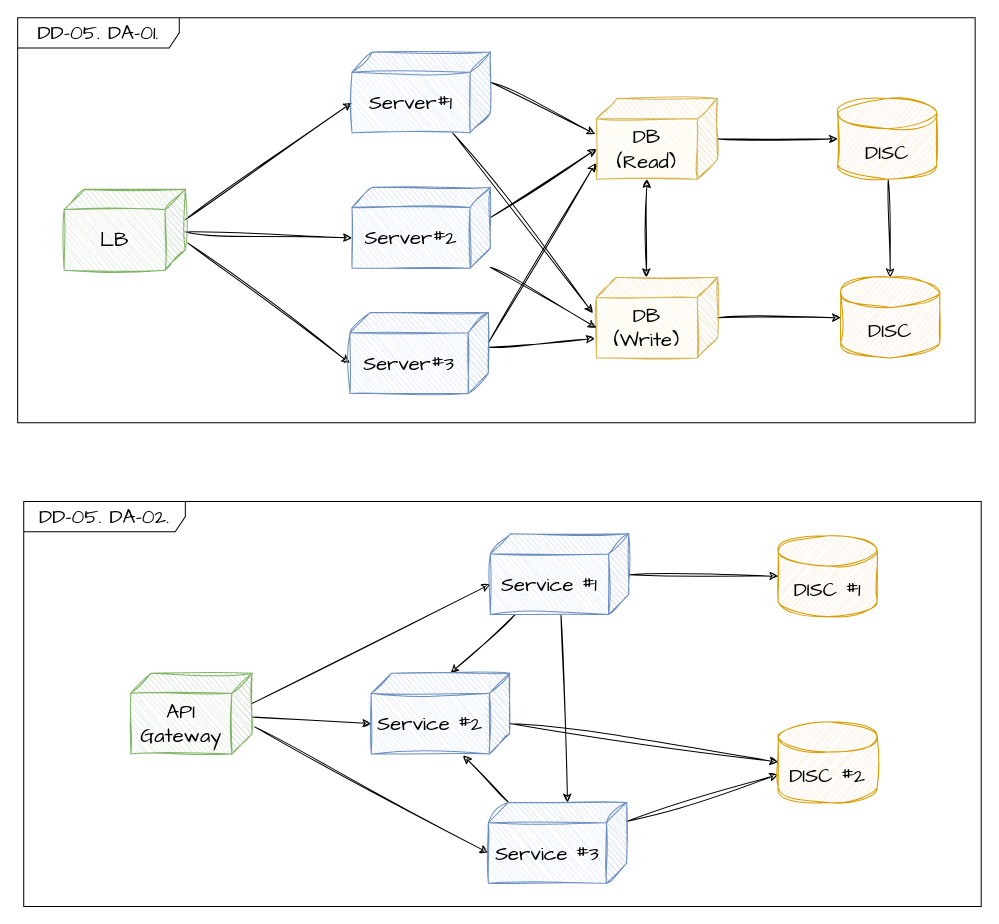
Above: DD/DD-05.drawio in coldmu/aa_exam (draw.io), before the change. Source tidied: cells renumbered, new cells numbered last; positions are measured from the earlier drawing's top-left corner, leaving out a move shared by most shapes. Both pictures are drawn from the tidied source at 101%, with x=0, y=0 at pixel (17, 17).
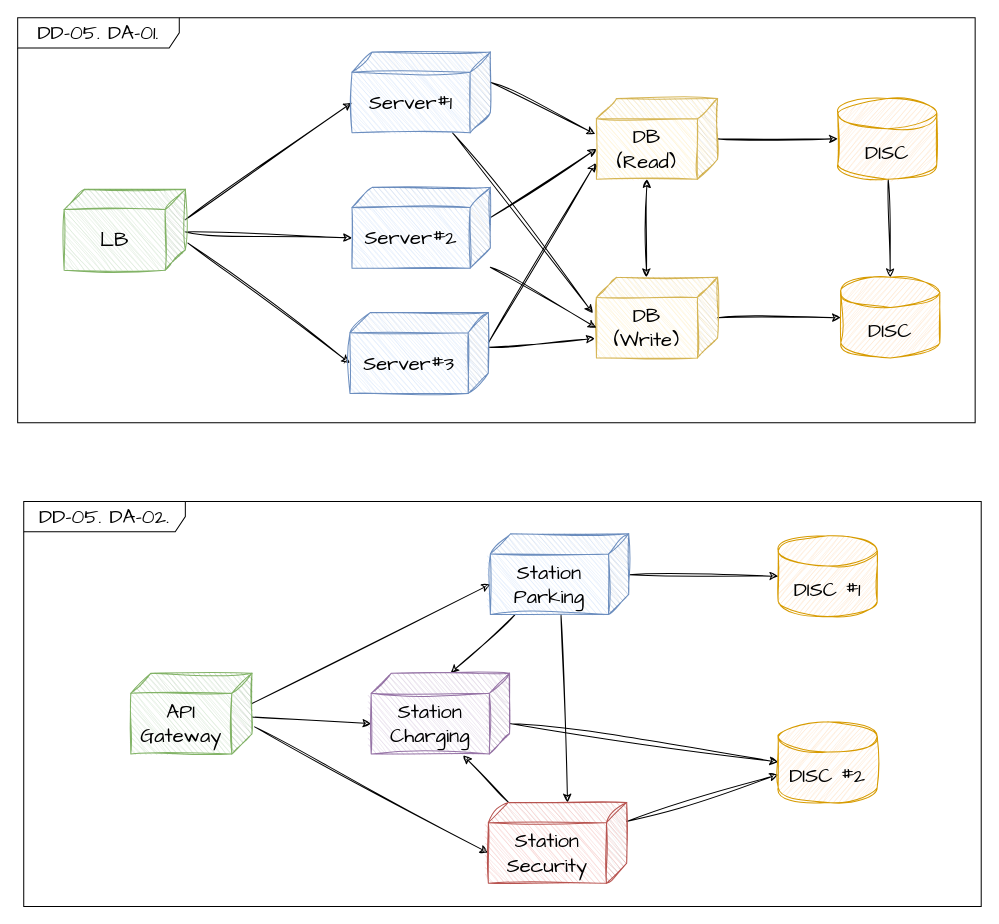
The same diagram, later.

Change to the diagram source:
```diff
@@
-    <mxCell id="33" value="Service #1" style="shape=cube;whiteSpace=wrap;html=1;boundedLbl=1;backgroundOutline=1;darkOpacity=0.05;darkOpacity2=0.1;sketch=1;hachureGap=4;jiggle=2;curveFitting=1;fontFamily=Architects Daughter;fontSize=20;direction=east;flipH=1;fillColor=#dae8fc;strokeColor=#6c8ebf;" parent="1" vertex="1">
+    <mxCell id="33" value="Station&lt;br&gt;Parking" style="shape=cube;whiteSpace=wrap;html=1;boundedLbl=1;backgroundOutline=1;darkOpacity=0.05;darkOpacity2=0.1;sketch=1;hachureGap=4;jiggle=2;curveFitting=1;fontFamily=Architects Daughter;fontSize=20;direction=east;flipH=1;fillColor=#dae8fc;strokeColor=#6c8ebf;" parent="1" vertex="1">
       <mxGeometry x="468" y="511" width="137" height="80" as="geometry" />
     </mxCell>
@@
-    <mxCell id="35" value="Service #2" style="shape=cube;whiteSpace=wrap;html=1;boundedLbl=1;backgroundOutline=1;darkOpacity=0.05;darkOpacity2=0.1;sketch=1;hachureGap=4;jiggle=2;curveFitting=1;fontFamily=Architects Daughter;fontSize=20;direction=east;flipH=1;fillColor=#dae8fc;strokeColor=#6c8ebf;" parent="1" vertex="1">
+    <mxCell id="35" value="Station&lt;br&gt;Charging" style="shape=cube;whiteSpace=wrap;html=1;boundedLbl=1;backgroundOutline=1;darkOpacity=0.05;darkOpacity2=0.1;sketch=1;hachureGap=4;jiggle=2;curveFitting=1;fontFamily=Architects Daughter;fontSize=20;direction=east;flipH=1;fillColor=#e1d5e7;strokeColor=#9673a6;" parent="1" vertex="1">
       <mxGeometry x="350" y="649" width="137" height="80" as="geometry" />
     </mxCell>
@@
-    <mxCell id="38" value="Service #3" style="shape=cube;whiteSpace=wrap;html=1;boundedLbl=1;backgroundOutline=1;darkOpacity=0.05;darkOpacity2=0.1;sketch=1;hachureGap=4;jiggle=2;curveFitting=1;fontFamily=Architects Daughter;fontSize=20;direction=east;flipH=1;fillColor=#dae8fc;strokeColor=#6c8ebf;" parent="1" vertex="1">
+    <mxCell id="38" value="Station&lt;br&gt;Security" style="shape=cube;whiteSpace=wrap;html=1;boundedLbl=1;backgroundOutline=1;darkOpacity=0.05;darkOpacity2=0.1;sketch=1;hachureGap=4;jiggle=2;curveFitting=1;fontFamily=Architects Daughter;fontSize=20;direction=east;flipH=1;fillColor=#f8cecc;strokeColor=#b85450;" parent="1" vertex="1">
       <mxGeometry x="466" y="777" width="137" height="80" as="geometry" />
     </mxCell>
```
